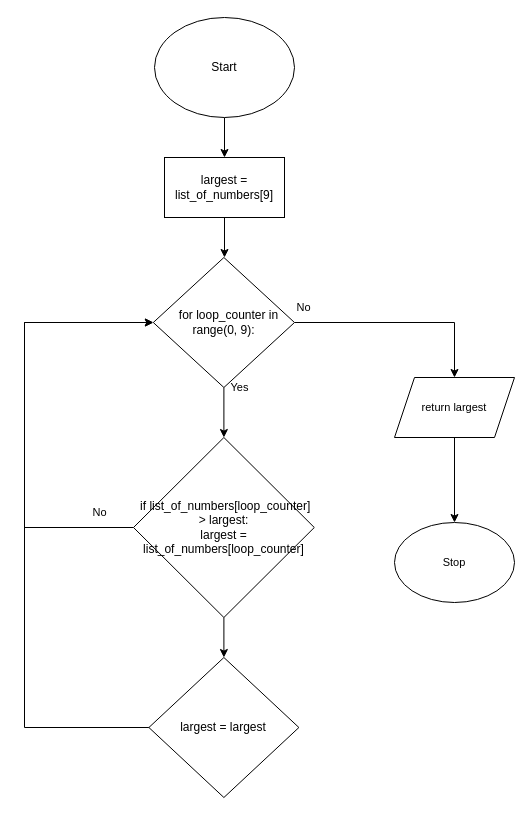
Earlier version of the draw.io diagram flowchart.drawio (Aleksandr-Ten/ICS3U-Unit6-03-Python). Source tidied: cells renumbered, new cells numbered last; positions are measured from the earlier drawing's top-left corner, leaving out a move shared by most shapes. Both pictures are drawn from the tidied source at 100%, with x=0, y=0 at pixel (24, 17).
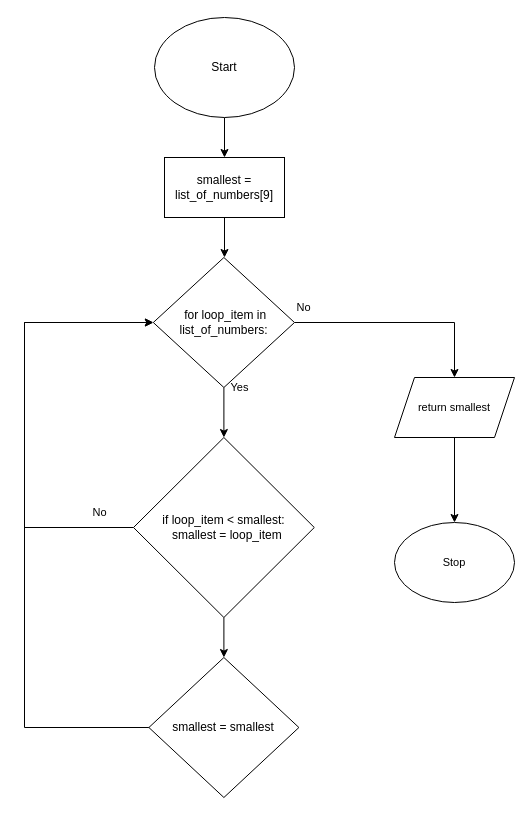
Above is the later version.

Change to the diagram source:
```diff
@@
-    <mxCell id="5" value="largest = list_of_numbers[9]" style="rounded=0;whiteSpace=wrap;html=1;" parent="1" vertex="1">
+    <mxCell id="5" value="smallest = list_of_numbers[9]" style="rounded=0;whiteSpace=wrap;html=1;" parent="1" vertex="1">
       <mxGeometry x="140" y="140" width="120" height="60" as="geometry" />
     </mxCell>
@@
-    <mxCell id="8" value="&lt;span style=&quot;font-weight: 400&quot;&gt;&amp;nbsp; &amp;nbsp;for loop_counter in range(0, 9):&lt;/span&gt;" style="rhombus;whiteSpace=wrap;html=1;fontStyle=1;" parent="1" vertex="1">
+    <mxCell id="8" value="&lt;span style=&quot;font-weight: 400&quot;&gt;&amp;nbsp;for loop_item in list_of_numbers:&lt;/span&gt;" style="rhombus;whiteSpace=wrap;html=1;fontStyle=1;" parent="1" vertex="1">
       <mxGeometry x="128.8" y="240" width="141.2" height="130" as="geometry" />
     </mxCell>
@@
-    <mxCell id="11" value="&lt;div&gt;&lt;span style=&quot;font-weight: 400&quot;&gt;&amp;nbsp;if list_of_numbers[loop_counter] &amp;gt; largest:&lt;/span&gt;&lt;/div&gt;&lt;div&gt;&lt;span style=&quot;font-weight: 400&quot;&gt;largest = list_of_numbers[loop_counter]&lt;/span&gt;&lt;/div&gt;" style="rhombus;whiteSpace=wrap;html=1;fontStyle=1;" parent="1" vertex="1">
+    <mxCell id="11" value="&lt;div&gt;&lt;span style=&quot;font-weight: 400&quot;&gt;if loop_item &amp;lt; smallest:&lt;/span&gt;&lt;/div&gt;&lt;div&gt;&lt;span style=&quot;font-weight: 400&quot;&gt;&amp;nbsp; smallest = loop_item&lt;/span&gt;&lt;/div&gt;" style="rhombus;whiteSpace=wrap;html=1;fontStyle=1;" parent="1" vertex="1">
       <mxGeometry x="109" y="420" width="180.8" height="180" as="geometry" />
     </mxCell>
@@
-    <mxCell id="13" value="largest = largest" style="rhombus;whiteSpace=wrap;html=1;" parent="1" vertex="1">
+    <mxCell id="13" value="smallest = smallest" style="rhombus;whiteSpace=wrap;html=1;" parent="1" vertex="1">
       <mxGeometry x="124.4" y="640" width="150" height="140" as="geometry" />
     </mxCell>
@@
-    <mxCell id="17" value="return largest" style="shape=parallelogram;perimeter=parallelogramPerimeter;whiteSpace=wrap;html=1;fixedSize=1;fontFamily=Helvetica;fontSize=11;fontColor=default;" parent="1" vertex="1">
+    <mxCell id="17" value="return smallest" style="shape=parallelogram;perimeter=parallelogramPerimeter;whiteSpace=wrap;html=1;fixedSize=1;fontFamily=Helvetica;fontSize=11;fontColor=default;" parent="1" vertex="1">
       <mxGeometry x="370" y="360" width="120" height="60" as="geometry" />
     </mxCell>
```
